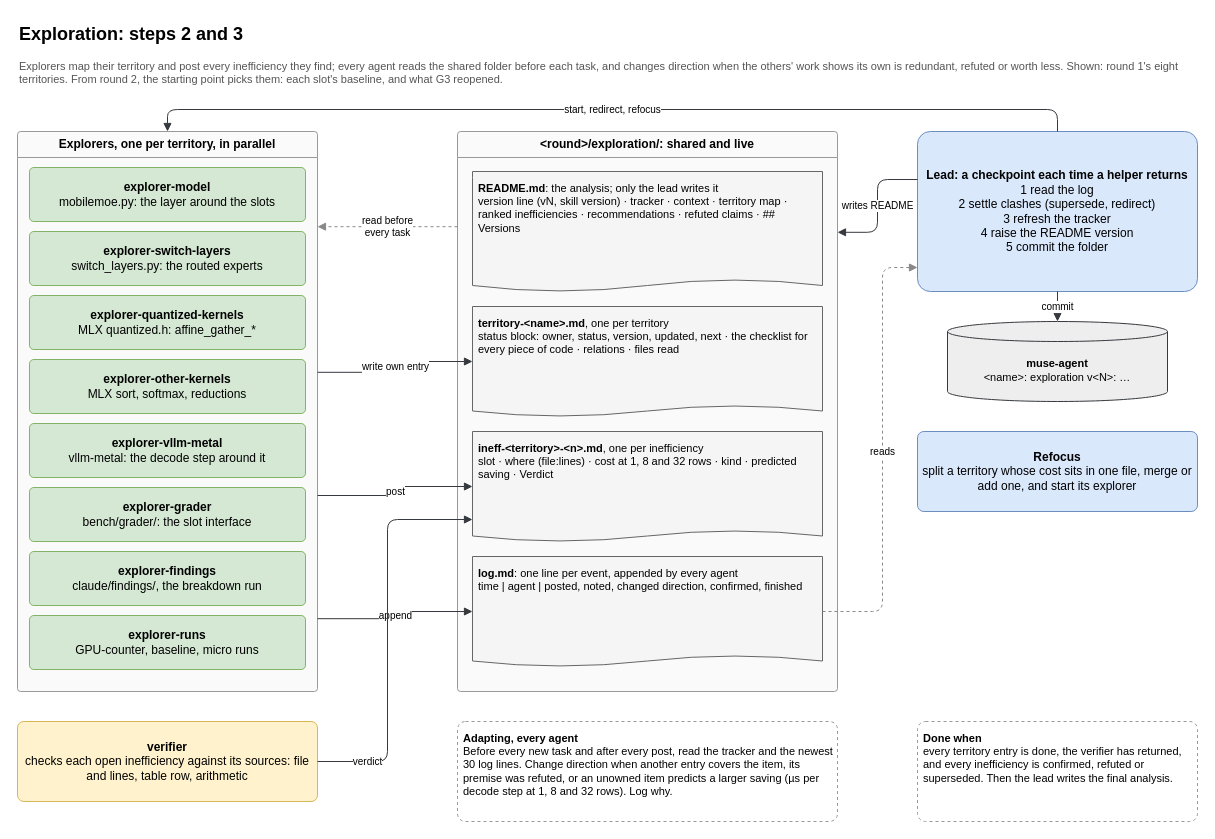
The draw.io diagram page "Exploration" (2 of 3) of claude/diagrams/muse-swarm.drawio in surucuonur/WeSolve-MetaHackathon, before the edit. Source tidied: cells renumbered, new cells numbered last; positions are measured from the earlier drawing's top-left corner, leaving out a move shared by most shapes. Both pictures are drawn from the tidied source at 100%, with x=0, y=0 at pixel (17, 17).
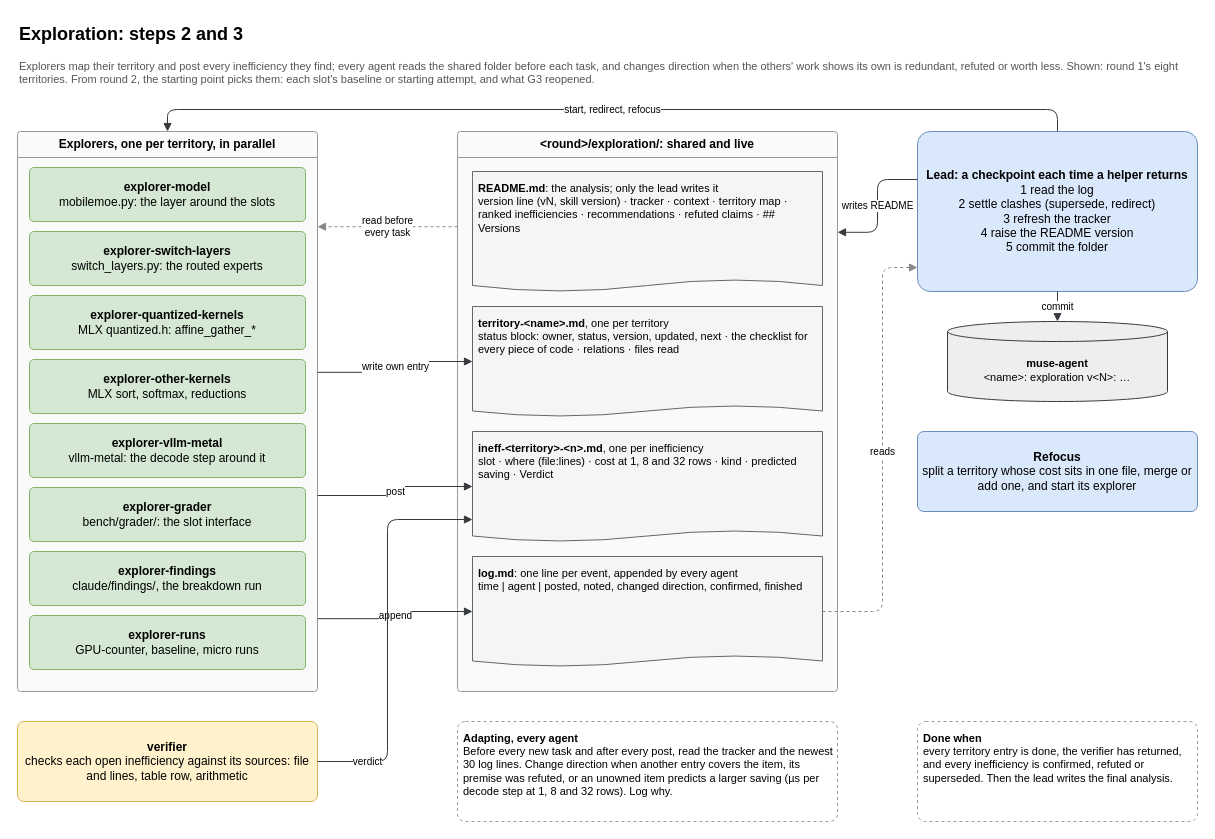
After the change.

Change to the diagram source:
```diff
@@
-    <mxCell id="3" value="Explorers map their territory and post every inefficiency they find; every agent reads the shared folder before each task, and changes direction when the others' work shows its own is redundant, refuted or worth less. Shown: round 1's eight territories. From round 2, the starting point picks them: each slot's baseline, and what G3 reopened." style="text;html=1;fontSize=11;align=left;verticalAlign=top;whiteSpace=wrap;fontColor=#555555;" parent="1" vertex="1">
+    <mxCell id="3" value="Explorers map their territory and post every inefficiency they find; every agent reads the shared folder before each task, and changes direction when the others' work shows its own is redundant, refuted or worth less. Shown: round 1's eight territories. From round 2, the starting point picks them: each slot's baseline or starting attempt, and what G3 reopened." style="text;html=1;fontSize=11;align=left;verticalAlign=top;whiteSpace=wrap;fontColor=#555555;" parent="1" vertex="1">
       <mxGeometry y="36" width="1180" height="34" as="geometry" />
     </mxCell>
```
